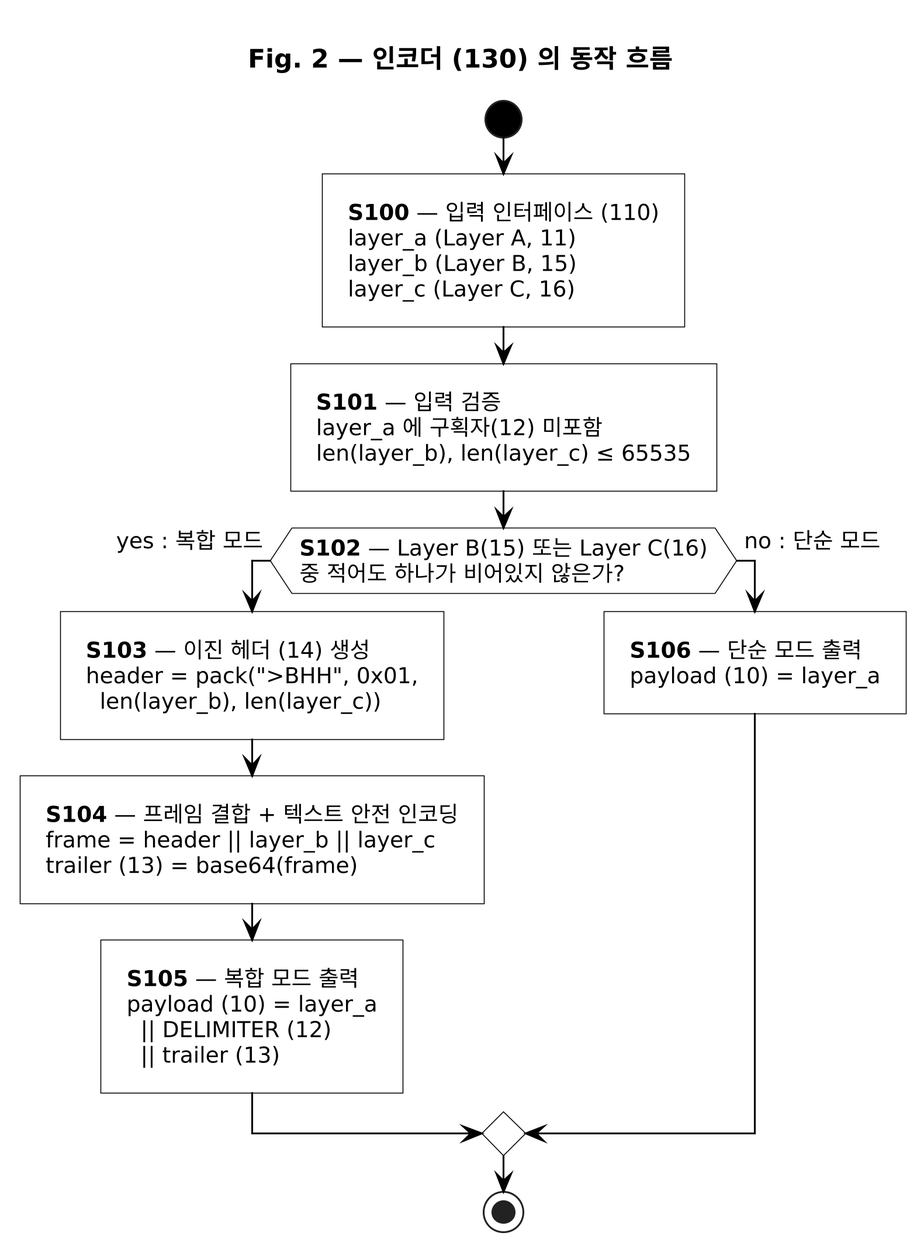
Earlier version of the PlantUML export docs/patent/figures/rendered/fig2_encoder.png (rae-hugo-kim/QoverRap). Source of this version:
```plantuml
@startuml fig2_encoder
!include _kipo_style.iuml

title Fig. 2 — 인코더 (130) 의 동작 흐름

start
:**S100** — 입력 인터페이스 (110)\nlayer_a (Layer A, 11)\nlayer_b (Layer B, 15)\nlayer_c (Layer C, 16);
:**S101** — 입력 검증\nlayer_a 에 구획자(12) 미포함\nlen(layer_b), len(layer_c) ≤ 65535;

if (**S102** — Layer B(15) 또는 Layer C(16)\n중 적어도 하나가 비어있지 않은가?) then (yes : 복합 모드)
  :**S103** — 이진 헤더 (14) 생성\nheader = pack(">BHH", 0x01,\n  len(layer_b), len(layer_c));
  :**S104** — 프레임 결합 + 텍스트 안전 인코딩\nframe = header || layer_b || layer_c\ntrailer (13) = base64(frame);
  :**S105** — 복합 모드 출력\npayload (10) = layer_a\n  || DELIMITER (12)\n  || trailer (13);
else (no : 단순 모드)
  :**S106** — 단순 모드 출력\npayload (10) = layer_a;
endif

stop

@enduml
```
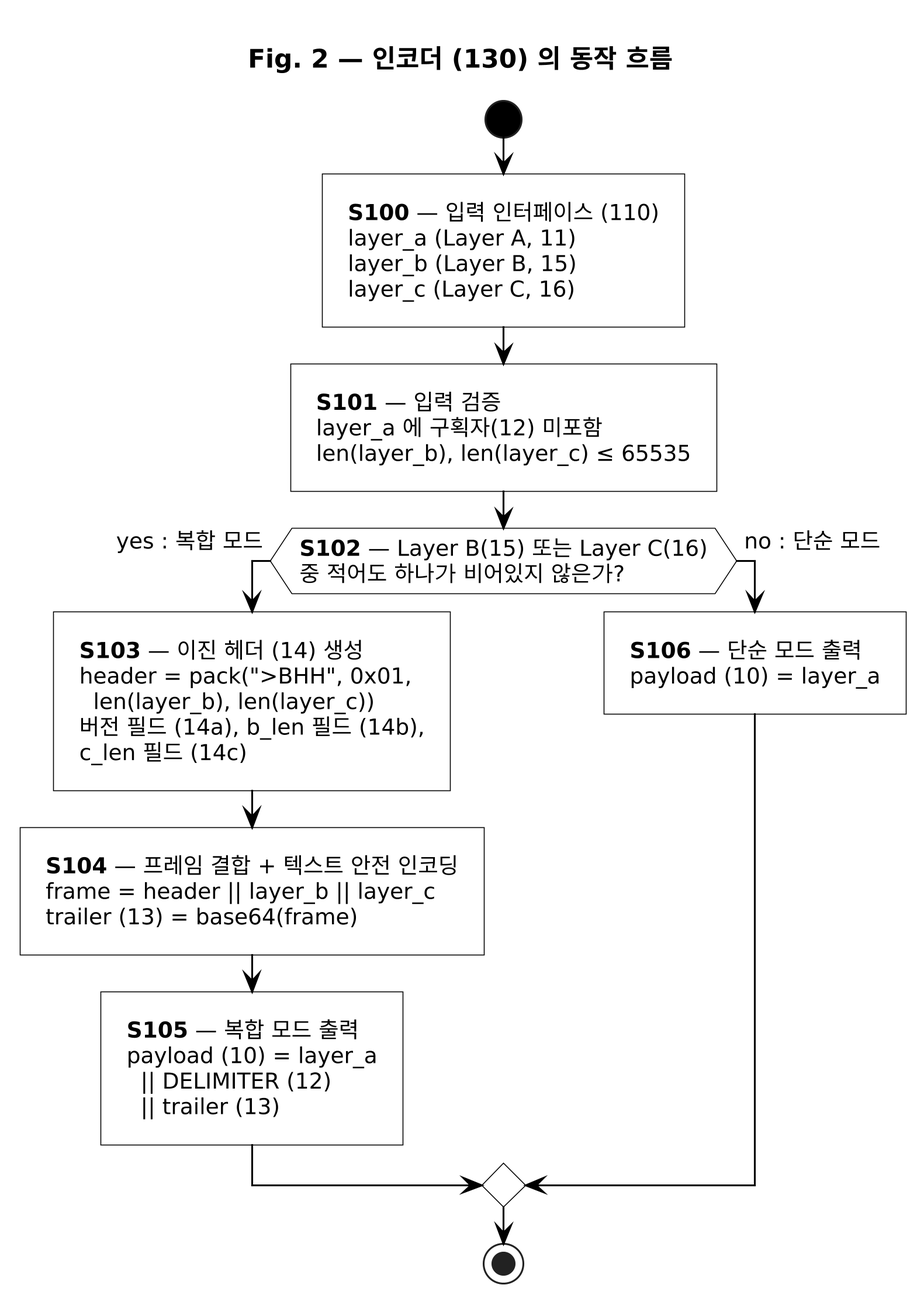
After the commit.

Diff of the diagram source:
```diff
@@ -8,7 +8,7 @@
 :**S101** — 입력 검증\nlayer_a 에 구획자(12) 미포함\nlen(layer_b), len(layer_c) ≤ 65535;
 
 if (**S102** — Layer B(15) 또는 Layer C(16)\n중 적어도 하나가 비어있지 않은가?) then (yes : 복합 모드)
-  :**S103** — 이진 헤더 (14) 생성\nheader = pack(">BHH", 0x01,\n  len(layer_b), len(layer_c));
+  :**S103** — 이진 헤더 (14) 생성\nheader = pack(">BHH", 0x01,\n  len(layer_b), len(layer_c))\n버전 필드 (14a), b_len 필드 (14b),\nc_len 필드 (14c);
   :**S104** — 프레임 결합 + 텍스트 안전 인코딩\nframe = header || layer_b || layer_c\ntrailer (13) = base64(frame);
   :**S105** — 복합 모드 출력\npayload (10) = layer_a\n  || DELIMITER (12)\n  || trailer (13);
 else (no : 단순 모드)
```
